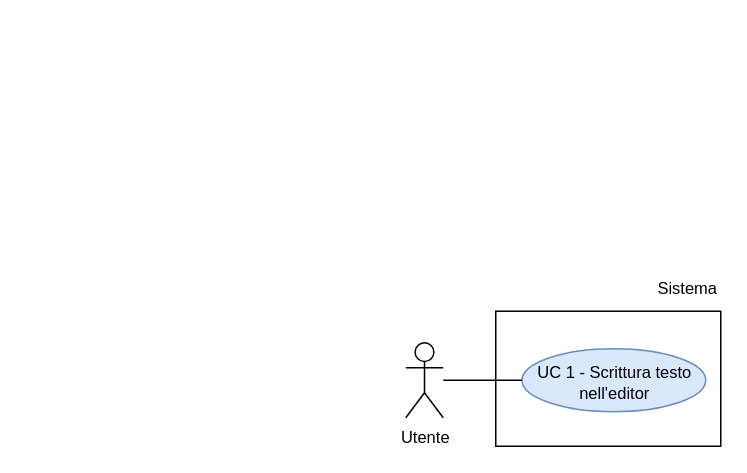
The draw.io diagram RTB/doc_esterna/analisi-dei-requisiti/assets/draw.io/UC1.drawio in thebitless-group-swe/thebitless.github.io, before the edit. Source tidied: cells renumbered, new cells numbered last; positions are measured from the earlier drawing's top-left corner, leaving out a move shared by most shapes. Both pictures are drawn from the tidied source at 150%, with x=0, y=0 at pixel (405, 266).
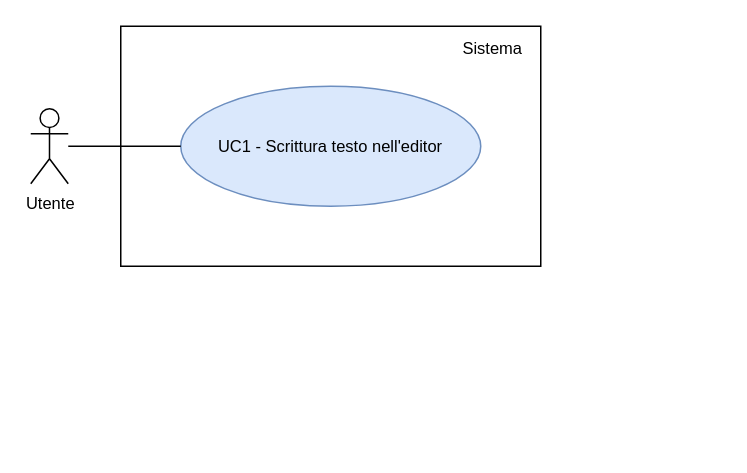
The same page after the edit.

The edit, as a diff of the source:
```diff
@@
 <mxGraphModel>
   <root>
     <mxCell id="0" />
     <mxCell id="1" parent="0" />
     <mxCell id="2" value="Utente" style="shape=umlActor;verticalLabelPosition=bottom;verticalAlign=top;html=1;outlineConnect=0;fontSize=11;" parent="1" vertex="1">
-      <mxGeometry y="51" width="25" height="50" as="geometry" />
+      <mxGeometry x="-250" y="-105" width="25" height="50" as="geometry" />
     </mxCell>
-    <mxCell id="3" style="rounded=0;whiteSpace=wrap;html=1;strokeWidth=1;" parent="1" vertex="1">
-      <mxGeometry x="60" y="30" width="150" height="90" as="geometry" />
-    </mxCell>
+    <mxCell id="8" style="rounded=0;whiteSpace=wrap;html=1;strokeWidth=1;" parent="1" vertex="1">
+      <mxGeometry x="-190" y="-160" width="280" height="160" as="geometry" />
+    </mxCell>
     <mxCell id="4" value="Sistema" style="text;html=1;whiteSpace=wrap;strokeColor=none;fillColor=none;align=right;verticalAlign=middle;fontSize=11;" parent="1" vertex="1">
-      <mxGeometry x="150" width="60" height="30" as="geometry" />
+      <mxGeometry x="10" y="-155" width="70" height="20" as="geometry" />
     </mxCell>
-    <mxCell id="5" value="UC 1 - Scrittura testo nell'editor" style="ellipse;whiteSpace=wrap;html=1;fillColor=#dae8fc;strokeColor=#6c8ebf;fontSize=11;convertToSvg=1;svgWhiteSpace=wrap;labelBorderColor=none;labelBackgroundColor=none;spacingBottom=-4;" parent="1" vertex="1">
-      <mxGeometry x="77.5" y="55" width="122.5" height="42" as="geometry" />
-    </mxCell>
-    <mxCell id="6" style="edgeStyle=none;rounded=0;jettySize=auto;html=1;endArrow=none;endFill=0;" parent="1" edge="1" source="2" target="5">
-      <mxGeometry relative="1" as="geometry" />
-    </mxCell>
-    <mxCell id="7" style="edgeStyle=orthogonalEdgeStyle;rounded=0;orthogonalLoop=1;jettySize=auto;html=1;exitX=0.5;exitY=1;exitDx=0;exitDy=0;" parent="1" edge="1" source="4" target="4">
-      <mxGeometry relative="1" as="geometry" />
-    </mxCell>
+    <mxCell id="9" value="UC1 - Scrittura testo nell'editor" style="ellipse;whiteSpace=wrap;html=1;fillColor=#dae8fc;strokeColor=#6c8ebf;fontSize=11;" parent="1" vertex="1">
+      <mxGeometry x="-150" y="-120" width="200" height="80" as="geometry" />
+    </mxCell>
+    <mxCell id="10" style="edgeStyle=none;rounded=0;jettySize=auto;html=1;endArrow=none;endFill=0;" parent="1" edge="1" source="2" target="9">
+      <mxGeometry relative="1" as="geometry" />
+    </mxCell>
   </root>
 </mxGraphModel>
```
